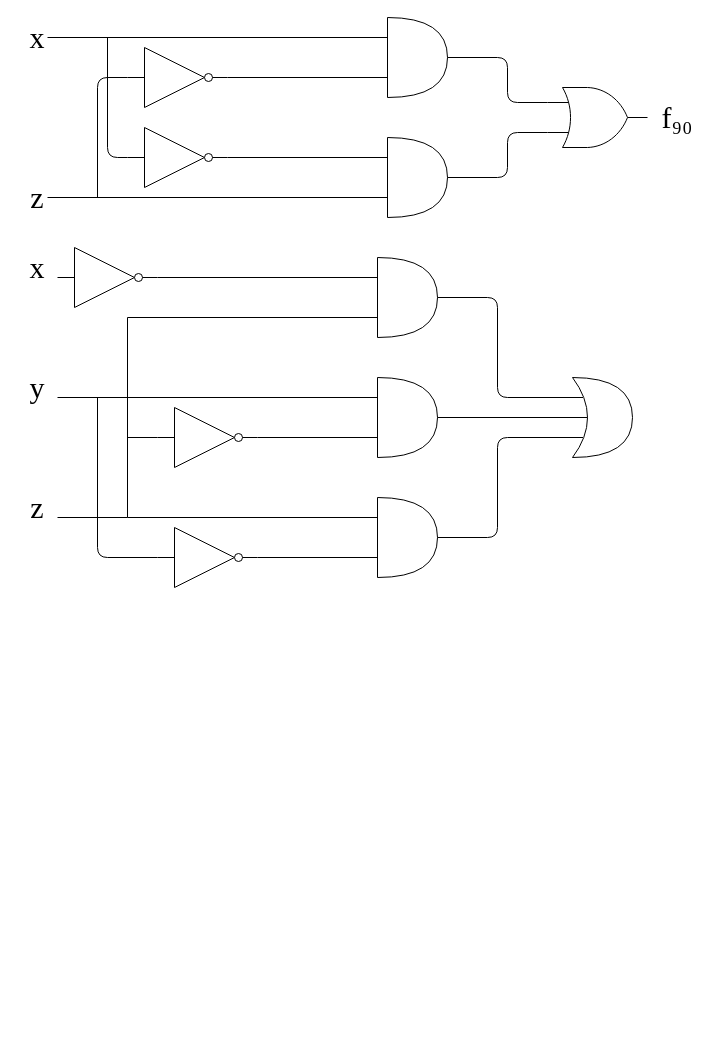
PoriPoriPori/Pori keeps this draw.io diagram as L演習2.drawio. Above is the earlier version. Source tidied: cells renumbered, new cells numbered last; positions are measured from the earlier drawing's top-left corner, leaving out a move shared by most shapes. Both pictures are drawn from the tidied source at 100%, with x=0, y=0 at pixel (17, 17).
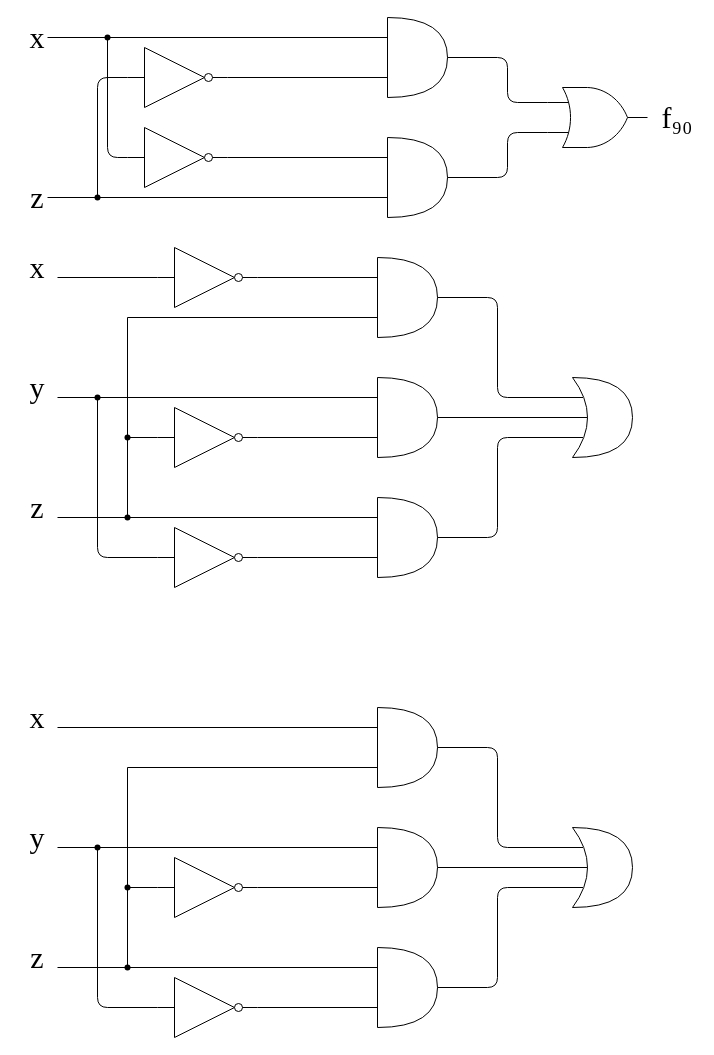
Above is the later version.

The change refers to these unchanged cells:
```xml
<mxCell id="4" style="group;" parent="1" vertex="1">
  <mxGeometry width="680" height="200" as="geometry" />
</mxCell>
<mxCell id="9" style="shape=or;whiteSpace=wrap;html=1;shadow=0;sketch=0;strokeColor=#000000;fillColor=#ffffff;" parent="4" vertex="1">
  <mxGeometry x="370" width="60" height="80" as="geometry" />
</mxCell>
```

What changed in the source:
```diff
@@
-    <mxCell id="2" style="shape=xor;whiteSpace=wrap;html=1;" parent="1" vertex="1">
-      <mxGeometry x="555" y="360" width="60" height="80" as="geometry" />
-    </mxCell>
-    <mxCell id="3" style="shape=or;whiteSpace=wrap;html=1;" parent="1" vertex="1">
-      <mxGeometry x="360" y="240" width="60" height="80" as="geometry" />
-    </mxCell>
@@
-    <mxCell id="5" style="endArrow=none;html=1;entryX=0;entryY=0.25;entryDx=0;entryDy=0;entryPerimeter=0;" parent="4" edge="1" target="9">
-      <mxGeometry relative="1" as="geometry">
-        <mxPoint x="30" y="20" as="sourcePoint" />
-      </mxGeometry>
+    <mxCell id="5" style="endArrow=none;html=1;entryX=0;entryY=0.25;entryDx=0;entryDy=0;entryPerimeter=0;startArrow=none;" parent="4" edge="1" source="42" target="9">
+      <mxGeometry relative="1" as="geometry" />
     </mxCell>
@@
+    <mxCell id="42" style="shape=waypoint;sketch=0;fillStyle=solid;size=6;points=[];fillColor=none;perimeter=centerPerimeter;snapToPoint=1;" parent="4" vertex="1">
+      <mxGeometry x="70" width="40" height="40" as="geometry" />
+    </mxCell>
+    <mxCell id="43" style="endArrow=none;html=1;entryDx=0;entryDy=0;entryPerimeter=0;" parent="4" edge="1" target="42">
+      <mxGeometry relative="1" as="geometry">
+        <mxPoint x="30" y="20" as="sourcePoint" />
+      </mxGeometry>
+    </mxCell>
+    <mxCell id="44" style="shape=waypoint;sketch=0;fillStyle=solid;size=6;fillColor=none;perimeter=centerPerimeter;" parent="4" vertex="1">
+      <mxGeometry x="60" y="160" width="40" height="40" as="geometry" />
+    </mxCell>
+    <mxCell id="33" style="verticalLabelPosition=bottom;shadow=0;dashed=0;align=center;html=1;verticalAlign=top;shape=mxgraph.electrical.logic_gates.inverter_2;sketch=0;strokeColor=#000000;fillColor=#ffffff;" parent="1" vertex="1">
+      <mxGeometry x="140" y="510" width="100" height="60" as="geometry" />
+    </mxCell>
+    <mxCell id="45" style="group;" parent="1" vertex="1">
+      <mxGeometry y="230" width="615" height="330" as="geometry" />
+    </mxCell>
+    <mxCell id="2" style="shape=xor;whiteSpace=wrap;html=1;" parent="45" vertex="1">
+      <mxGeometry x="555" y="130" width="60" height="80" as="geometry" />
+    </mxCell>
+    <mxCell id="3" style="shape=or;whiteSpace=wrap;html=1;" parent="45" vertex="1">
+      <mxGeometry x="360" y="10" width="60" height="80" as="geometry" />
+    </mxCell>
-    <mxCell id="21" value="&lt;font style=&quot;font-size: 30px&quot; face=&quot;Times New Roman&quot;&gt;x&lt;/font&gt;" style="text;html=1;strokeColor=none;fillColor=none;align=center;verticalAlign=middle;whiteSpace=wrap;rounded=0;shadow=0;sketch=0;" parent="1" vertex="1">
-      <mxGeometry y="240" width="40" height="20" as="geometry" />
+    <mxCell id="21" value="&lt;font style=&quot;font-size: 30px&quot; face=&quot;Times New Roman&quot;&gt;x&lt;/font&gt;" style="text;html=1;strokeColor=none;fillColor=none;align=center;verticalAlign=middle;whiteSpace=wrap;rounded=0;shadow=0;sketch=0;" parent="45" vertex="1">
+      <mxGeometry y="10" width="40" height="20" as="geometry" />
     </mxCell>
-    <mxCell id="22" value="&lt;font style=&quot;font-size: 30px&quot; face=&quot;Times New Roman&quot;&gt;z&lt;/font&gt;" style="text;html=1;strokeColor=none;fillColor=none;align=center;verticalAlign=middle;whiteSpace=wrap;rounded=0;shadow=0;sketch=0;" parent="1" vertex="1">
-      <mxGeometry y="480" width="40" height="20" as="geometry" />
+    <mxCell id="22" value="&lt;font style=&quot;font-size: 30px&quot; face=&quot;Times New Roman&quot;&gt;z&lt;/font&gt;" style="text;html=1;strokeColor=none;fillColor=none;align=center;verticalAlign=middle;whiteSpace=wrap;rounded=0;shadow=0;sketch=0;" parent="45" vertex="1">
+      <mxGeometry y="250" width="40" height="20" as="geometry" />
     </mxCell>
-    <mxCell id="23" value="&lt;font style=&quot;font-size: 30px&quot; face=&quot;Times New Roman&quot;&gt;y&lt;/font&gt;" style="text;html=1;strokeColor=none;fillColor=none;align=center;verticalAlign=middle;whiteSpace=wrap;rounded=0;shadow=0;sketch=0;" parent="1" vertex="1">
-      <mxGeometry y="360" width="40" height="20" as="geometry" />
+    <mxCell id="23" value="&lt;font style=&quot;font-size: 30px&quot; face=&quot;Times New Roman&quot;&gt;y&lt;/font&gt;" style="text;html=1;strokeColor=none;fillColor=none;align=center;verticalAlign=middle;whiteSpace=wrap;rounded=0;shadow=0;sketch=0;" parent="45" vertex="1">
+      <mxGeometry y="130" width="40" height="20" as="geometry" />
     </mxCell>
-    <mxCell id="24" style="endArrow=none;html=1;entryX=0;entryY=0.25;entryDx=0;entryDy=0;entryPerimeter=0;exitX=1;exitY=0.5;exitDx=0;exitDy=0;exitPerimeter=0;" parent="1" edge="1" source="25" target="3">
+    <mxCell id="24" style="endArrow=none;html=1;entryX=0;entryY=0.25;entryDx=0;entryDy=0;entryPerimeter=0;exitX=1;exitY=0.5;exitDx=0;exitDy=0;exitPerimeter=0;" parent="45" edge="1" source="25" target="3">
       <mxGeometry relative="1" as="geometry" />
     </mxCell>
-    <mxCell id="25" style="verticalLabelPosition=bottom;shadow=0;dashed=0;align=center;html=1;verticalAlign=top;shape=mxgraph.electrical.logic_gates.inverter_2;sketch=0;strokeColor=#000000;fillColor=#ffffff;" parent="1" vertex="1">
-      <mxGeometry x="40" y="230" width="100" height="60" as="geometry" />
+    <mxCell id="25" style="verticalLabelPosition=bottom;shadow=0;dashed=0;align=center;html=1;verticalAlign=top;shape=mxgraph.electrical.logic_gates.inverter_2;sketch=0;strokeColor=#000000;fillColor=#ffffff;" parent="45" vertex="1">
+      <mxGeometry x="140" width="100" height="60" as="geometry" />
     </mxCell>
-    <mxCell id="26" style="endArrow=none;html=1;entryX=1;entryY=1;entryDx=0;entryDy=0;exitX=0;exitY=0.25;exitDx=0;exitDy=0;exitPerimeter=0;" parent="1" edge="1" source="27" target="23">
+    <mxCell id="26" style="endArrow=none;html=1;entryX=1;entryY=1;entryDx=0;entryDy=0;exitX=0;exitY=0.25;exitDx=0;exitDy=0;exitPerimeter=0;" parent="45" edge="1" source="27" target="23">
       <mxGeometry relative="1" as="geometry" />
     </mxCell>
-    <mxCell id="27" style="shape=or;whiteSpace=wrap;html=1;" parent="1" vertex="1">
-      <mxGeometry x="360" y="360" width="60" height="80" as="geometry" />
+    <mxCell id="27" style="shape=or;whiteSpace=wrap;html=1;" parent="45" vertex="1">
+      <mxGeometry x="360" y="130" width="60" height="80" as="geometry" />
     </mxCell>
-    <mxCell id="28" style="shape=or;whiteSpace=wrap;html=1;" parent="1" vertex="1">
-      <mxGeometry x="360" y="480" width="60" height="80" as="geometry" />
+    <mxCell id="28" style="shape=or;whiteSpace=wrap;html=1;" parent="45" vertex="1">
+      <mxGeometry x="360" y="250" width="60" height="80" as="geometry" />
     </mxCell>
-    <mxCell id="29" style="verticalLabelPosition=bottom;shadow=0;dashed=0;align=center;html=1;verticalAlign=top;shape=mxgraph.electrical.logic_gates.inverter_2;sketch=0;strokeColor=#000000;fillColor=#ffffff;" parent="1" vertex="1">
-      <mxGeometry x="140" y="390" width="100" height="60" as="geometry" />
+    <mxCell id="29" style="verticalLabelPosition=bottom;shadow=0;dashed=0;align=center;html=1;verticalAlign=top;shape=mxgraph.electrical.logic_gates.inverter_2;sketch=0;strokeColor=#000000;fillColor=#ffffff;" parent="45" vertex="1">
+      <mxGeometry x="140" y="160" width="100" height="60" as="geometry" />
     </mxCell>
-    <mxCell id="30" style="endArrow=none;html=1;exitX=0;exitY=0.5;exitDx=0;exitDy=0;exitPerimeter=0;" parent="1" edge="1" source="29">
+    <mxCell id="30" style="endArrow=none;html=1;exitX=0;exitY=0.5;exitDx=0;exitDy=0;exitPerimeter=0;" parent="45" edge="1" source="29">
       <mxGeometry relative="1" as="geometry">
-        <mxPoint x="110" y="420" as="targetPoint" />
+        <mxPoint x="110" y="190" as="targetPoint" />
       </mxGeometry>
     </mxCell>
-    <mxCell id="31" style="endArrow=none;html=1;exitX=1;exitY=0.5;exitDx=0;exitDy=0;exitPerimeter=0;entryX=0;entryY=0.75;entryDx=0;entryDy=0;entryPerimeter=0;" parent="1" edge="1" source="29" target="27">
+    <mxCell id="31" style="endArrow=none;html=1;exitX=1;exitY=0.5;exitDx=0;exitDy=0;exitPerimeter=0;entryX=0;entryY=0.75;entryDx=0;entryDy=0;entryPerimeter=0;" parent="45" edge="1" source="29" target="27">
       <mxGeometry relative="1" as="geometry" />
     </mxCell>
-    <mxCell id="32" style="endArrow=none;html=1;exitX=0;exitY=0.5;exitDx=0;exitDy=0;exitPerimeter=0;" parent="1" edge="1" source="33">
+    <mxCell id="32" style="endArrow=none;html=1;exitX=0;exitY=0.5;exitDx=0;exitDy=0;exitPerimeter=0;" parent="45" edge="1" source="33">
       <mxGeometry relative="1" as="geometry">
-        <mxPoint x="80" y="380" as="targetPoint" />
+        <mxPoint x="80" y="150" as="targetPoint" />
         <Array as="points">
-          <mxPoint x="80" y="540" />
+          <mxPoint x="80" y="310" />
         </Array>
       </mxGeometry>
     </mxCell>
-    <mxCell id="33" style="verticalLabelPosition=bottom;shadow=0;dashed=0;align=center;html=1;verticalAlign=top;shape=mxgraph.electrical.logic_gates.inverter_2;sketch=0;strokeColor=#000000;fillColor=#ffffff;" parent="1" vertex="1">
-      <mxGeometry x="140" y="510" width="100" height="60" as="geometry" />
-    </mxCell>
-    <mxCell id="34" style="endArrow=none;html=1;entryX=1;entryY=0.5;entryDx=0;entryDy=0;entryPerimeter=0;exitX=0;exitY=0.75;exitDx=0;exitDy=0;exitPerimeter=0;" parent="1" edge="1" source="28" target="33">
+    <mxCell id="34" style="endArrow=none;html=1;entryX=1;entryY=0.5;entryDx=0;entryDy=0;entryPerimeter=0;exitX=0;exitY=0.75;exitDx=0;exitDy=0;exitPerimeter=0;" parent="45" edge="1" source="28" target="33">
       <mxGeometry relative="1" as="geometry" />
     </mxCell>
-    <mxCell id="35" style="endArrow=none;html=1;exitX=0;exitY=0.25;exitDx=0;exitDy=0;exitPerimeter=0;" parent="1" edge="1" source="28">
+    <mxCell id="35" style="endArrow=none;html=1;exitDx=0;exitDy=0;exitPerimeter=0;startArrow=none;" parent="45" edge="1" source="49">
       <mxGeometry relative="1" as="geometry">
-        <mxPoint x="110" y="500" as="targetPoint" />
+        <mxPoint x="110" y="270" as="targetPoint" />
       </mxGeometry>
     </mxCell>
-    <mxCell id="36" style="endArrow=none;html=1;exitX=1;exitY=1;exitDx=0;exitDy=0;" parent="1" edge="1" source="22">
+    <mxCell id="36" style="endArrow=none;html=1;exitX=1;exitY=1;exitDx=0;exitDy=0;" parent="45" edge="1" source="22">
       <mxGeometry relative="1" as="geometry">
-        <mxPoint x="110" y="500" as="targetPoint" />
+        <mxPoint x="110" y="270" as="targetPoint" />
       </mxGeometry>
     </mxCell>
-    <mxCell id="37" style="endArrow=none;html=1;" parent="1" edge="1">
+    <mxCell id="37" style="endArrow=none;html=1;startArrow=none;" parent="45" edge="1" source="47">
       <mxGeometry relative="1" as="geometry">
-        <mxPoint x="110" y="500" as="sourcePoint" />
-        <mxPoint x="110" y="300" as="targetPoint" />
+        <mxPoint x="110" y="70" as="targetPoint" />
       </mxGeometry>
     </mxCell>
-    <mxCell id="38" style="endArrow=none;html=1;exitX=0;exitY=0.75;exitDx=0;exitDy=0;exitPerimeter=0;" parent="1" edge="1" source="3">
+    <mxCell id="38" style="endArrow=none;html=1;exitX=0;exitY=0.75;exitDx=0;exitDy=0;exitPerimeter=0;" parent="45" edge="1" source="3">
       <mxGeometry relative="1" as="geometry">
-        <mxPoint x="110" y="300" as="targetPoint" />
+        <mxPoint x="110" y="70" as="targetPoint" />
       </mxGeometry>
     </mxCell>
-    <mxCell id="39" style="endArrow=none;html=1;entryX=1;entryY=0.5;entryDx=0;entryDy=0;entryPerimeter=0;exitX=0.175;exitY=0.25;exitDx=0;exitDy=0;exitPerimeter=0;" parent="1" edge="1" source="2" target="3">
+    <mxCell id="39" style="endArrow=none;html=1;entryX=1;entryY=0.5;entryDx=0;entryDy=0;entryPerimeter=0;exitX=0.175;exitY=0.25;exitDx=0;exitDy=0;exitPerimeter=0;" parent="45" edge="1" source="2" target="3">
       <mxGeometry relative="1" as="geometry">
         <Array as="points">
-          <mxPoint x="480" y="380" />
-          <mxPoint x="480" y="280" />
+          <mxPoint x="480" y="150" />
+          <mxPoint x="480" y="50" />
         </Array>
       </mxGeometry>
     </mxCell>
-    <mxCell id="40" style="endArrow=none;html=1;entryX=1;entryY=0.5;entryDx=0;entryDy=0;entryPerimeter=0;exitX=0.25;exitY=0.5;exitDx=0;exitDy=0;exitPerimeter=0;" parent="1" edge="1" source="2" target="27">
+    <mxCell id="40" style="endArrow=none;html=1;entryX=1;entryY=0.5;entryDx=0;entryDy=0;entryPerimeter=0;exitX=0.25;exitY=0.5;exitDx=0;exitDy=0;exitPerimeter=0;" parent="45" edge="1" source="2" target="27">
       <mxGeometry relative="1" as="geometry" />
     </mxCell>
-    <mxCell id="41" style="endArrow=none;html=1;entryX=1;entryY=0.5;entryDx=0;entryDy=0;entryPerimeter=0;exitX=0.175;exitY=0.75;exitDx=0;exitDy=0;exitPerimeter=0;" parent="1" edge="1" source="2" target="28">
+    <mxCell id="41" style="endArrow=none;html=1;entryX=1;entryY=0.5;entryDx=0;entryDy=0;entryPerimeter=0;exitX=0.175;exitY=0.75;exitDx=0;exitDy=0;exitPerimeter=0;" parent="45" edge="1" source="2" target="28">
       <mxGeometry relative="1" as="geometry">
         <Array as="points">
-          <mxPoint x="480" y="420" />
-          <mxPoint x="480" y="520" />
+          <mxPoint x="480" y="190" />
+          <mxPoint x="480" y="290" />
         </Array>
       </mxGeometry>
     </mxCell>
+    <mxCell id="46" style="shape=waypoint;sketch=0;fillStyle=solid;size=6;fillColor=none;perimeter=centerPerimeter;" parent="45" vertex="1">
+      <mxGeometry x="60" y="130" width="40" height="40" as="geometry" />
+    </mxCell>
+    <mxCell id="47" style="shape=waypoint;sketch=0;fillStyle=solid;size=6;points=[];fillColor=none;perimeter=centerPerimeter;snapToPoint=1;" parent="45" vertex="1">
+      <mxGeometry x="90" y="170" width="40" height="40" as="geometry" />
+    </mxCell>
+    <mxCell id="48" style="endArrow=none;html=1;" parent="45" edge="1" target="47">
+      <mxGeometry relative="1" as="geometry">
+        <mxPoint x="110" y="270" as="sourcePoint" />
+      </mxGeometry>
+    </mxCell>
+    <mxCell id="49" style="shape=waypoint;sketch=0;fillStyle=solid;size=6;points=[];fillColor=none;perimeter=centerPerimeter;snapToPoint=1;" parent="45" vertex="1">
+      <mxGeometry x="90" y="250" width="40" height="40" as="geometry" />
+    </mxCell>
+    <mxCell id="50" style="endArrow=none;html=1;exitX=0;exitY=0.25;exitDx=0;exitDy=0;exitPerimeter=0;" parent="45" edge="1" source="28" target="49">
+      <mxGeometry relative="1" as="geometry" />
+    </mxCell>
+    <mxCell id="51" style="endArrow=none;html=1;entryX=0;entryY=0.5;entryDx=0;entryDy=0;entryPerimeter=0;exitX=1;exitY=1;exitDx=0;exitDy=0;" parent="45" edge="1" source="21" target="25">
+      <mxGeometry relative="1" as="geometry" />
+    </mxCell>
+    <mxCell id="52" style="verticalLabelPosition=bottom;shadow=0;dashed=0;align=center;html=1;verticalAlign=top;shape=mxgraph.electrical.logic_gates.inverter_2;sketch=0;strokeColor=#000000;fillColor=#ffffff;" parent="1" vertex="1">
+      <mxGeometry x="140" y="960" width="100" height="60" as="geometry" />
+    </mxCell>
+    <mxCell id="53" style="endArrow=none;html=1;entryX=1;entryY=0.5;entryDx=0;entryDy=0;entryPerimeter=0;exitX=0;exitY=0.75;exitDx=0;exitDy=0;exitPerimeter=0;" parent="1" edge="1" source="62" target="52">
+      <mxGeometry relative="1" as="geometry" />
+    </mxCell>
+    <mxCell id="54" style="shape=xor;whiteSpace=wrap;html=1;" parent="1" vertex="1">
+      <mxGeometry x="555" y="810" width="60" height="80" as="geometry" />
+    </mxCell>
+    <mxCell id="55" style="shape=or;whiteSpace=wrap;html=1;" parent="1" vertex="1">
+      <mxGeometry x="360" y="690" width="60" height="80" as="geometry" />
+    </mxCell>
+    <mxCell id="56" value="&lt;font style=&quot;font-size: 30px&quot; face=&quot;Times New Roman&quot;&gt;x&lt;/font&gt;" style="text;html=1;strokeColor=none;fillColor=none;align=center;verticalAlign=middle;whiteSpace=wrap;rounded=0;shadow=0;sketch=0;" parent="1" vertex="1">
+      <mxGeometry y="690" width="40" height="20" as="geometry" />
+    </mxCell>
+    <mxCell id="57" value="&lt;font style=&quot;font-size: 30px&quot; face=&quot;Times New Roman&quot;&gt;z&lt;/font&gt;" style="text;html=1;strokeColor=none;fillColor=none;align=center;verticalAlign=middle;whiteSpace=wrap;rounded=0;shadow=0;sketch=0;" parent="1" vertex="1">
+      <mxGeometry y="930" width="40" height="20" as="geometry" />
+    </mxCell>
+    <mxCell id="58" value="&lt;font style=&quot;font-size: 30px&quot; face=&quot;Times New Roman&quot;&gt;y&lt;/font&gt;" style="text;html=1;strokeColor=none;fillColor=none;align=center;verticalAlign=middle;whiteSpace=wrap;rounded=0;shadow=0;sketch=0;" parent="1" vertex="1">
+      <mxGeometry y="810" width="40" height="20" as="geometry" />
+    </mxCell>
+    <mxCell id="59" style="endArrow=none;html=1;entryX=0;entryY=0.25;entryDx=0;entryDy=0;entryPerimeter=0;exitX=1;exitY=1;exitDx=0;exitDy=0;" parent="1" edge="1" source="56" target="55">
+      <mxGeometry y="680" as="geometry" />
+    </mxCell>
+    <mxCell id="60" style="endArrow=none;html=1;entryX=1;entryY=1;entryDx=0;entryDy=0;exitX=0;exitY=0.25;exitDx=0;exitDy=0;exitPerimeter=0;" parent="1" edge="1" source="61" target="58">
+      <mxGeometry y="680" as="geometry" />
+    </mxCell>
+    <mxCell id="61" style="shape=or;whiteSpace=wrap;html=1;" parent="1" vertex="1">
+      <mxGeometry x="360" y="810" width="60" height="80" as="geometry" />
+    </mxCell>
+    <mxCell id="62" style="shape=or;whiteSpace=wrap;html=1;" parent="1" vertex="1">
+      <mxGeometry x="360" y="930" width="60" height="80" as="geometry" />
+    </mxCell>
+    <mxCell id="63" style="verticalLabelPosition=bottom;shadow=0;dashed=0;align=center;html=1;verticalAlign=top;shape=mxgraph.electrical.logic_gates.inverter_2;sketch=0;strokeColor=#000000;fillColor=#ffffff;" parent="1" vertex="1">
+      <mxGeometry x="140" y="840" width="100" height="60" as="geometry" />
+    </mxCell>
+    <mxCell id="64" style="endArrow=none;html=1;exitX=0;exitY=0.5;exitDx=0;exitDy=0;exitPerimeter=0;" parent="1" edge="1" source="63">
+      <mxGeometry y="680" as="geometry">
+        <mxPoint x="110" y="870" as="targetPoint" />
+      </mxGeometry>
+    </mxCell>
+    <mxCell id="65" style="endArrow=none;html=1;exitX=1;exitY=0.5;exitDx=0;exitDy=0;exitPerimeter=0;entryX=0;entryY=0.75;entryDx=0;entryDy=0;entryPerimeter=0;" parent="1" edge="1" source="63" target="61">
+      <mxGeometry y="680" as="geometry" />
+    </mxCell>
+    <mxCell id="66" style="endArrow=none;html=1;exitX=0;exitY=0.5;exitDx=0;exitDy=0;exitPerimeter=0;" parent="1" edge="1" source="52">
+      <mxGeometry y="680" as="geometry">
+        <mxPoint x="80" y="830" as="targetPoint" />
+        <Array as="points">
+          <mxPoint x="80" y="990" />
+        </Array>
+      </mxGeometry>
+    </mxCell>
+    <mxCell id="67" style="endArrow=none;html=1;exitDx=0;exitDy=0;exitPerimeter=0;startArrow=none;" parent="1" edge="1" source="77">
+      <mxGeometry y="680" as="geometry">
+        <mxPoint x="110" y="950" as="targetPoint" />
+      </mxGeometry>
+    </mxCell>
+    <mxCell id="68" style="endArrow=none;html=1;exitX=1;exitY=1;exitDx=0;exitDy=0;" parent="1" edge="1" source="57">
+      <mxGeometry y="680" as="geometry">
+        <mxPoint x="110" y="950" as="targetPoint" />
+      </mxGeometry>
+    </mxCell>
+    <mxCell id="69" style="endArrow=none;html=1;startArrow=none;" parent="1" edge="1" source="75">
+      <mxGeometry y="680" as="geometry">
+        <mxPoint x="110" y="750" as="targetPoint" />
+      </mxGeometry>
+    </mxCell>
+    <mxCell id="70" style="endArrow=none;html=1;exitX=0;exitY=0.75;exitDx=0;exitDy=0;exitPerimeter=0;" parent="1" edge="1" source="55">
+      <mxGeometry y="680" as="geometry">
+        <mxPoint x="110" y="750" as="targetPoint" />
+      </mxGeometry>
+    </mxCell>
+    <mxCell id="71" style="endArrow=none;html=1;entryX=1;entryY=0.5;entryDx=0;entryDy=0;entryPerimeter=0;exitX=0.175;exitY=0.25;exitDx=0;exitDy=0;exitPerimeter=0;" parent="1" edge="1" source="54" target="55">
+      <mxGeometry y="680" as="geometry">
+        <Array as="points">
+          <mxPoint x="480" y="830" />
+          <mxPoint x="480" y="730" />
+        </Array>
+      </mxGeometry>
+    </mxCell>
+    <mxCell id="72" style="endArrow=none;html=1;entryX=1;entryY=0.5;entryDx=0;entryDy=0;entryPerimeter=0;exitX=0.25;exitY=0.5;exitDx=0;exitDy=0;exitPerimeter=0;" parent="1" edge="1" source="54" target="61">
+      <mxGeometry y="680" as="geometry" />
+    </mxCell>
+    <mxCell id="73" style="endArrow=none;html=1;entryX=1;entryY=0.5;entryDx=0;entryDy=0;entryPerimeter=0;exitX=0.175;exitY=0.75;exitDx=0;exitDy=0;exitPerimeter=0;" parent="1" edge="1" source="54" target="62">
+      <mxGeometry y="680" as="geometry">
+        <Array as="points">
+          <mxPoint x="480" y="870" />
+          <mxPoint x="480" y="970" />
+        </Array>
+      </mxGeometry>
+    </mxCell>
+    <mxCell id="74" style="shape=waypoint;sketch=0;fillStyle=solid;size=6;fillColor=none;perimeter=centerPerimeter;" parent="1" vertex="1">
+      <mxGeometry x="60" y="810" width="40" height="40" as="geometry" />
+    </mxCell>
+    <mxCell id="75" style="shape=waypoint;sketch=0;fillStyle=solid;size=6;points=[];fillColor=none;perimeter=centerPerimeter;snapToPoint=1;" parent="1" vertex="1">
+      <mxGeometry x="90" y="850" width="40" height="40" as="geometry" />
+    </mxCell>
+    <mxCell id="76" style="endArrow=none;html=1;" parent="1" edge="1" target="75">
+      <mxGeometry y="680" as="geometry">
+        <mxPoint x="110" y="950" as="sourcePoint" />
+      </mxGeometry>
+    </mxCell>
+    <mxCell id="77" style="shape=waypoint;sketch=0;fillStyle=solid;size=6;points=[];fillColor=none;perimeter=centerPerimeter;snapToPoint=1;" parent="1" vertex="1">
+      <mxGeometry x="90" y="930" width="40" height="40" as="geometry" />
+    </mxCell>
+    <mxCell id="78" style="endArrow=none;html=1;exitX=0;exitY=0.25;exitDx=0;exitDy=0;exitPerimeter=0;" parent="1" edge="1" source="62" target="77">
+      <mxGeometry y="680" as="geometry" />
+    </mxCell>
```
